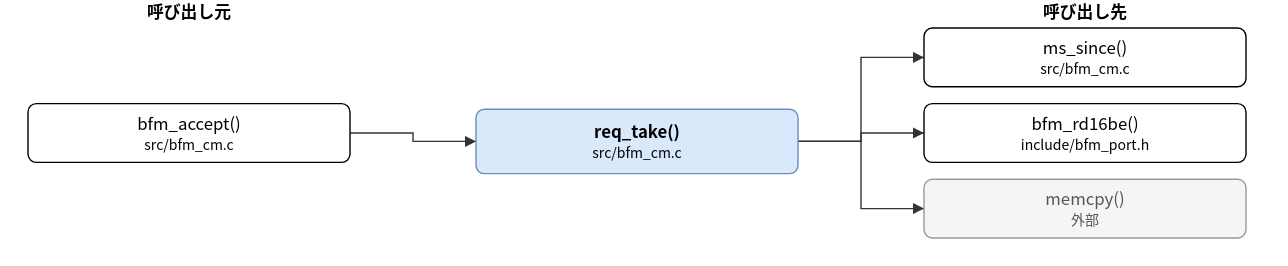
hf355051012-ai/bfmem keeps this draw.io diagram as doc/spec/images/call_src_bfm_cm-req_take.drawio.svg. Above is the earlier version. Source tidied: cells renumbered, new cells last; positions are measured from the earlier drawing's top-left corner, leaving out a move shared by most shapes.
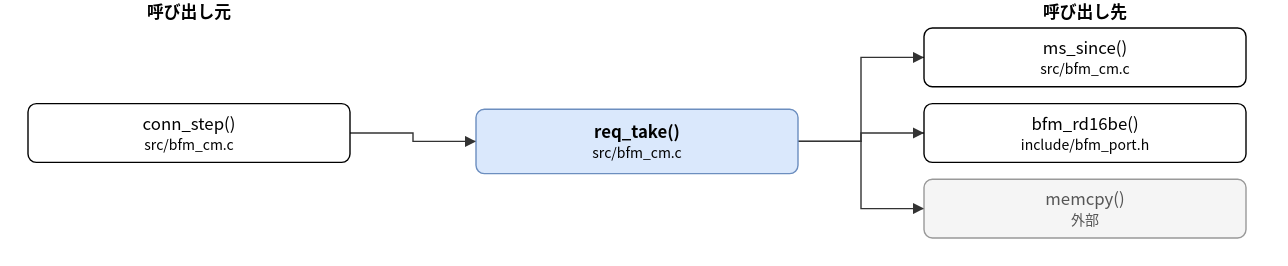
The same file after the commit.

Diff of the diagram source:
```diff
@@ -5,7 +5,7 @@
     <mxCell id="2" value="req_take()&lt;br&gt;&lt;font style=&quot;font-size:10px&quot;&gt;src/bfm_cm.c&lt;/font&gt;" style="rounded=1;whiteSpace=wrap;html=1;fillColor=#dae8fc;strokeColor=#6c8ebf;fontStyle=1;" parent="1" vertex="1">
       <mxGeometry x="320" y="78" width="230" height="46" as="geometry" />
     </mxCell>
-    <mxCell id="3" value="bfm_accept()&lt;br&gt;&lt;font style=&quot;font-size:10px&quot;&gt;src/bfm_cm.c&lt;/font&gt;" style="rounded=1;whiteSpace=wrap;html=1;" parent="1" vertex="1">
+    <mxCell id="3" value="conn_step()&lt;br&gt;&lt;font style=&quot;font-size:10px&quot;&gt;src/bfm_cm.c&lt;/font&gt;" style="rounded=1;whiteSpace=wrap;html=1;" parent="1" vertex="1">
       <mxGeometry y="74" width="230" height="42" as="geometry" />
     </mxCell>
     <mxCell id="4" value="ms_since()&lt;br&gt;&lt;font style=&quot;font-size:10px&quot;&gt;src/bfm_cm.c&lt;/font&gt;" style="rounded=1;whiteSpace=wrap;html=1;" parent="1" vertex="1">
```
